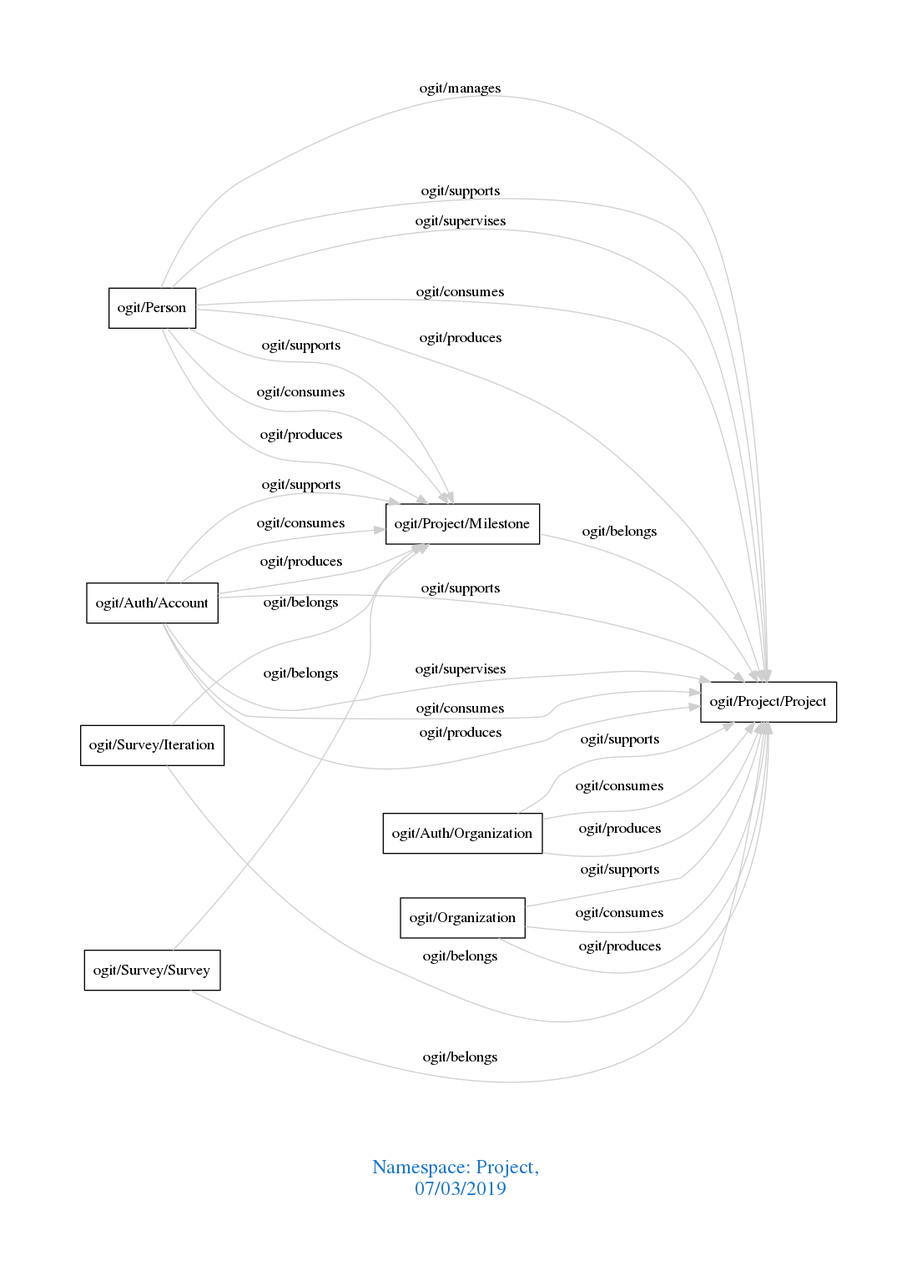
Above: downloads/Project.png in arago/OGIT (Graphviz), before the change. Its source is kept beside it as downloads/Project.dot.
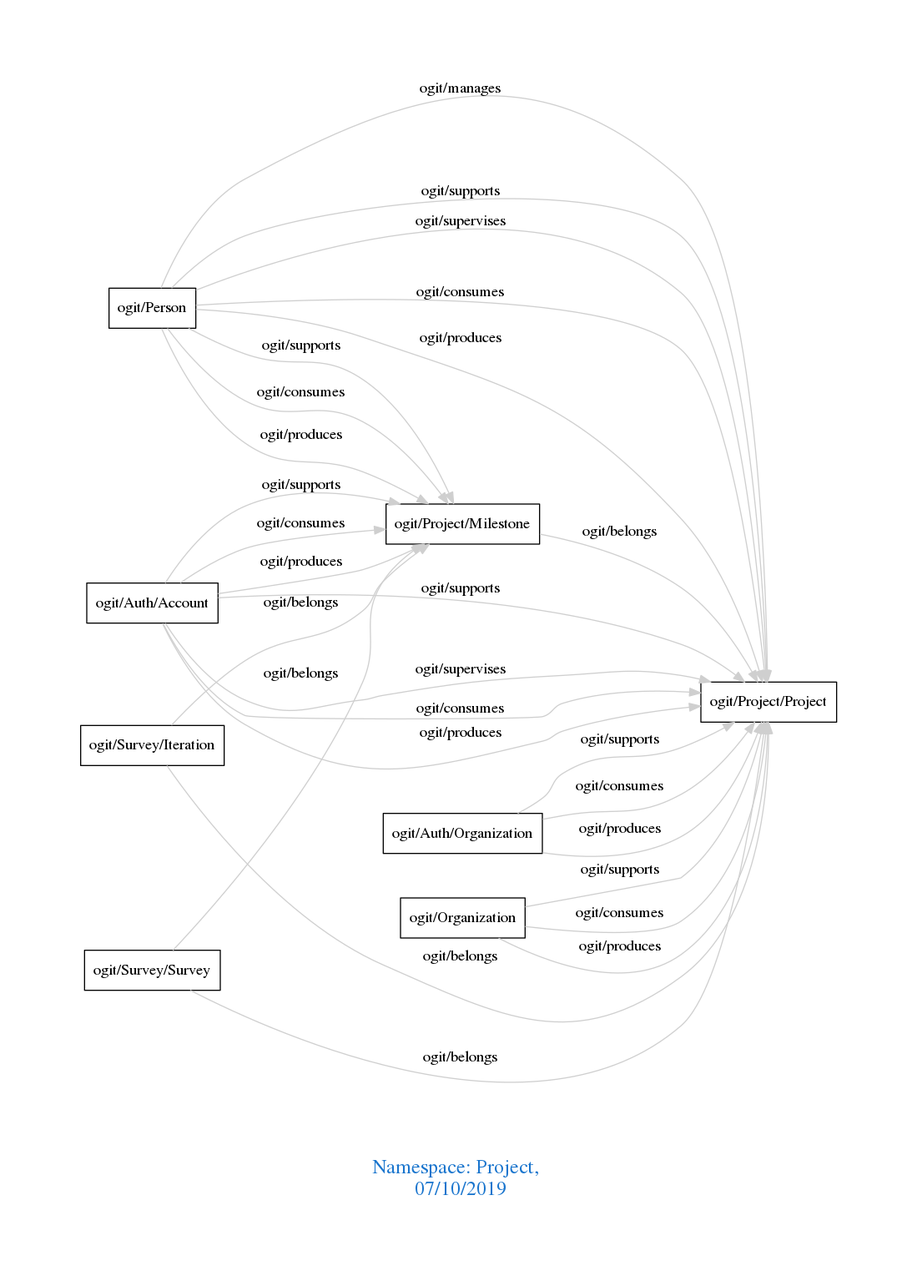
After the change.

The edit, as a diff of the source:
```diff
@@ -1,7 +1,7 @@
 digraph OGIT_ontology {
  graph [ rankdir= LR,pad=1
 fontsize = 18,
-fontcolor= dodgerblue3,label = "\n\n\nNamespace: Project, \n 07/03/2019"];
+fontcolor= dodgerblue3,label = "\n\n\nNamespace: Project, \n 07/10/2019"];
 node[shape=polygon];
 edge [  color="gray81"];
 
```
